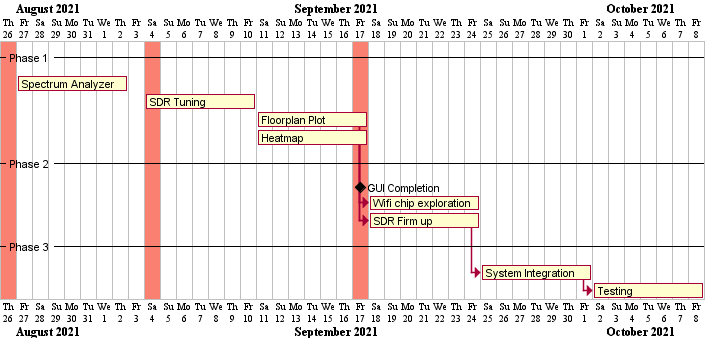
huats-club/citrus keeps this PlantUML diagram as docs/schedule.png. Above is the earlier version.
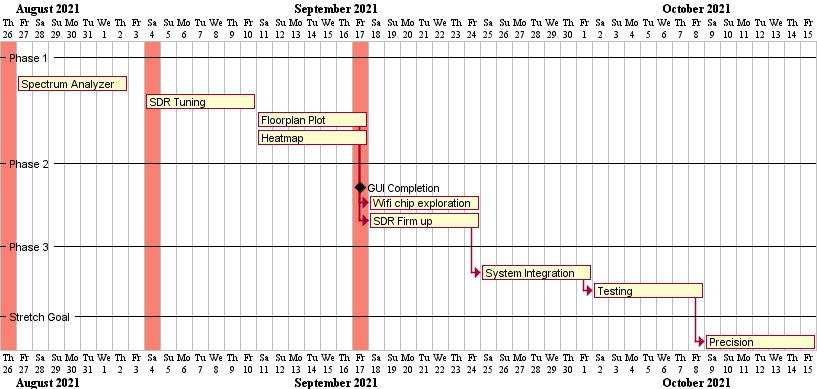
The same diagram one commit later.

Diff of the diagram source:
```diff
@@ -37,6 +37,11 @@
 [Testing] starts at [System Integration]'s end
 [Testing] lasts 7 days
 
+-- Stretch Goal --
+
+[Precision] starts at [Testing]'s end
+[Precision] lasts 7 days
+
 2021/08/26 is colored in salmon
 2021/09/04 is colored in salmon
 2021/09/17 is colored in salmon
```
